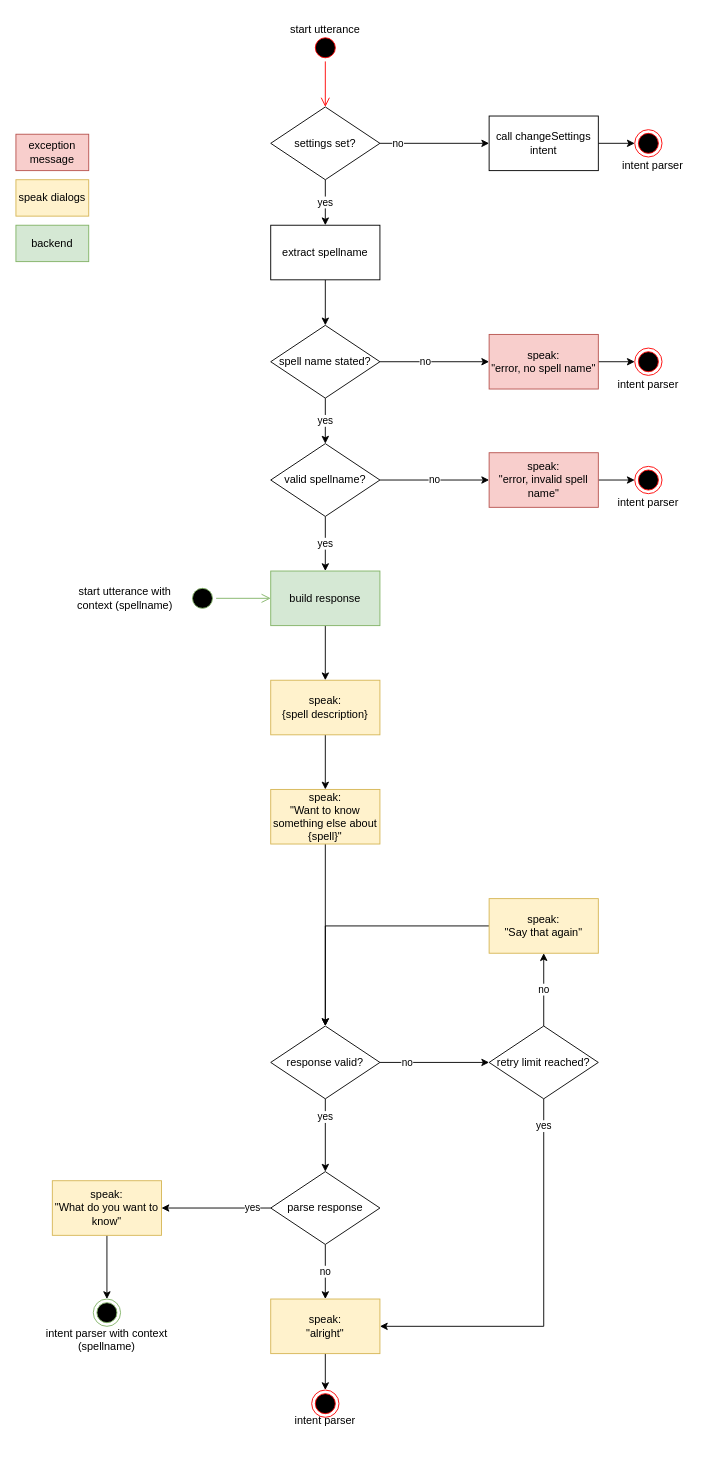
Linyeir/spellcastmanager-skill keeps this draw.io diagram as doc/activityDiagram/getSpellDescription.drawio. Above is the earlier version. Source tidied: cells renumbered, new cells numbered last; positions are measured from the earlier drawing's top-left corner, leaving out a move shared by most shapes. Both pictures are drawn from the tidied source at 91%, with x=0, y=0 at pixel (15, 15).
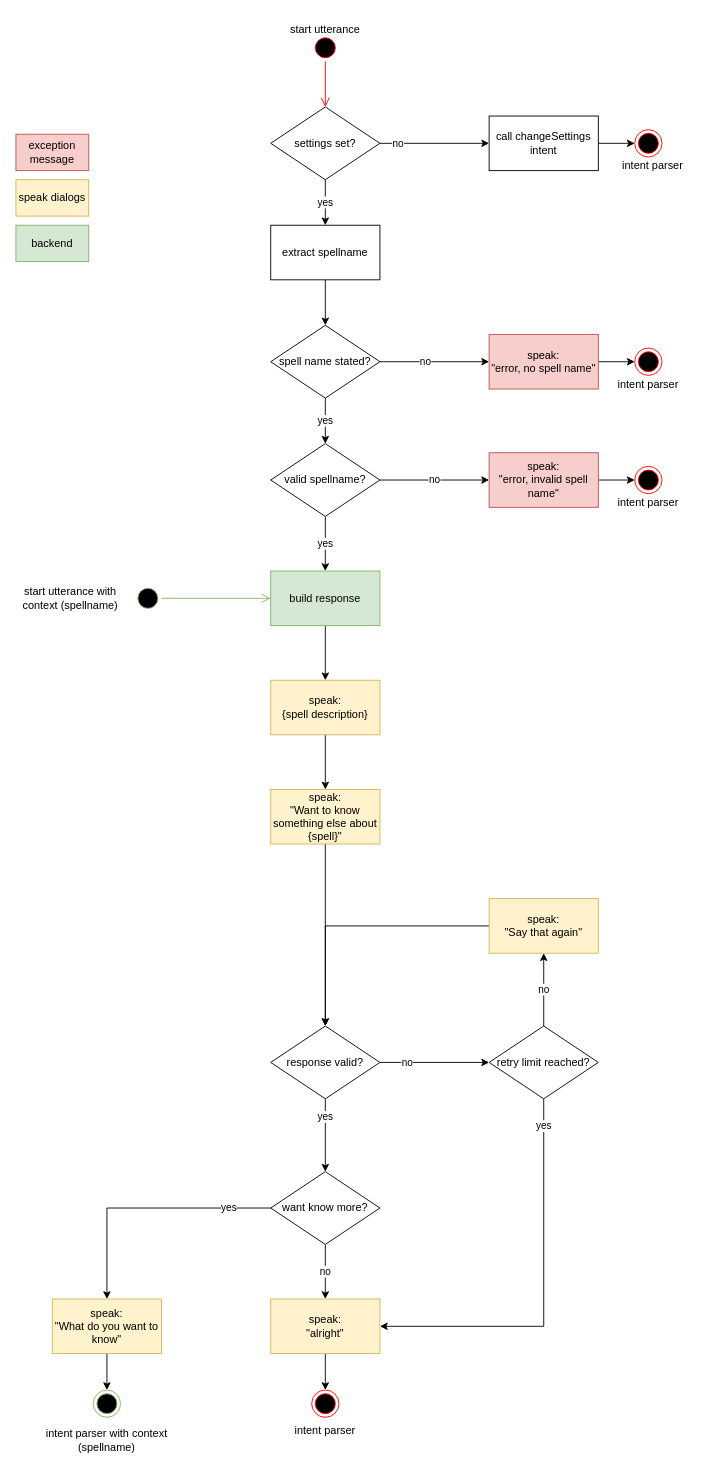
After the change.

The edit, as a diff of the source:
```diff
@@
-    <mxCell id="20" value="yes" style="edgeStyle=orthogonalEdgeStyle;rounded=0;jettySize=auto;html=1;exitX=0;exitY=0.5;exitDx=0;exitDy=0;entryX=1;entryY=0.5;entryDx=0;entryDy=0;" parent="1" edge="1" source="21" target="25">
+    <mxCell id="20" value="yes" style="edgeStyle=orthogonalEdgeStyle;rounded=0;jettySize=auto;html=1;exitX=0;exitY=0.5;exitDx=0;exitDy=0;" parent="1" edge="1" source="21" target="25">
       <mxGeometry x="-0.67" relative="1" as="geometry" />
     </mxCell>
-    <mxCell id="21" value="parse response" style="rhombus;whiteSpace=wrap;html=1;" parent="1" vertex="1">
+    <mxCell id="21" value="want know more?" style="rhombus;whiteSpace=wrap;html=1;" parent="1" vertex="1">
       <mxGeometry x="280" y="1270" width="120" height="80" as="geometry" />
     </mxCell>
@@
     <mxCell id="25" value="speak:&lt;br&gt;&quot;What do you want to know&quot;" style="rounded=0;whiteSpace=wrap;html=1;fillColor=#fff2cc;strokeColor=#d6b656;" parent="1" vertex="1">
-      <mxGeometry x="40" y="1280" width="120" height="60" as="geometry" />
+      <mxGeometry x="40" y="1410" width="120" height="60" as="geometry" />
     </mxCell>
@@
     <mxCell id="29" style="ellipse;html=1;shape=startState;fillColor=#000000;strokeColor=#82b366;" parent="1" vertex="1">
-      <mxGeometry x="190" y="625" width="30" height="30" as="geometry" />
+      <mxGeometry x="130" y="625" width="30" height="30" as="geometry" />
     </mxCell>
@@
     <mxCell id="31" style="ellipse;html=1;shape=endState;fillColor=#000000;strokeColor=#82b366;" parent="1" vertex="1">
-      <mxGeometry x="85" y="1410" width="30" height="30" as="geometry" />
+      <mxGeometry x="85" y="1510" width="30" height="30" as="geometry" />
     </mxCell>
@@
     <mxCell id="33" value="start utterance with context (spellname)" style="text;html=1;strokeColor=none;fillColor=none;align=center;verticalAlign=middle;whiteSpace=wrap;rounded=0;" parent="1" vertex="1">
-      <mxGeometry x="60" y="625" width="120" height="30" as="geometry" />
+      <mxGeometry y="625" width="120" height="30" as="geometry" />
     </mxCell>
     <mxCell id="34" value="intent parser with context (spellname)" style="text;html=1;strokeColor=none;fillColor=none;align=center;verticalAlign=middle;whiteSpace=wrap;rounded=0;" parent="1" vertex="1">
-      <mxGeometry y="1440" width="200" height="30" as="geometry" />
+      <mxGeometry y="1550" width="200" height="30" as="geometry" />
     </mxCell>
     <mxCell id="35" value="intent parser" style="text;html=1;strokeColor=none;fillColor=none;align=center;verticalAlign=middle;whiteSpace=wrap;rounded=0;" parent="1" vertex="1">
-      <mxGeometry x="280" y="1529" width="120" height="30" as="geometry" />
+      <mxGeometry x="280" y="1540" width="120" height="30" as="geometry" />
     </mxCell>
```
